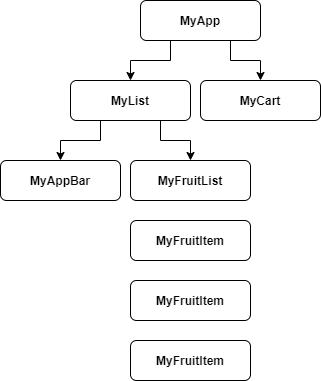
Above: assets/images/widget_tree.png in DevDaisy-lab/provider_fruits (draw.io), before the change. Source tidied: cells renumbered, new cells last; positions are measured from the earlier drawing's top-left corner, leaving out a move shared by most shapes. Its diagram source:
```xml
<mxGraphModel>
  <root>
    <mxCell id="0" />
    <mxCell id="1" parent="0" />
    <mxCell id="2" style="edgeStyle=orthogonalEdgeStyle;rounded=0;jettySize=auto;html=1;exitX=0.25;exitY=1;exitDx=0;exitDy=0;entryX=0.5;entryY=0;entryDx=0;entryDy=0;" parent="1" edge="1" source="4" target="7">
      <mxGeometry relative="1" as="geometry" />
    </mxCell>
    <mxCell id="3" style="edgeStyle=orthogonalEdgeStyle;rounded=0;jettySize=auto;html=1;exitX=0.75;exitY=1;exitDx=0;exitDy=0;entryX=0.5;entryY=0;entryDx=0;entryDy=0;" parent="1" edge="1" source="4" target="8">
      <mxGeometry relative="1" as="geometry" />
    </mxCell>
    <mxCell id="4" value="&lt;b&gt;MyApp&lt;/b&gt;" style="rounded=1;whiteSpace=wrap;html=1;" parent="1" vertex="1">
      <mxGeometry x="140" width="120" height="40" as="geometry" />
    </mxCell>
    <mxCell id="5" style="edgeStyle=orthogonalEdgeStyle;rounded=0;jettySize=auto;html=1;exitX=0.25;exitY=1;exitDx=0;exitDy=0;entryX=0.5;entryY=0;entryDx=0;entryDy=0;" parent="1" edge="1" source="7" target="9">
      <mxGeometry relative="1" as="geometry" />
    </mxCell>
    <mxCell id="6" style="edgeStyle=orthogonalEdgeStyle;rounded=0;jettySize=auto;html=1;exitX=0.75;exitY=1;exitDx=0;exitDy=0;entryX=0.5;entryY=0;entryDx=0;entryDy=0;" parent="1" edge="1" source="7" target="10">
      <mxGeometry relative="1" as="geometry" />
    </mxCell>
    <mxCell id="7" value="&lt;b&gt;MyList&lt;/b&gt;" style="rounded=1;whiteSpace=wrap;html=1;" parent="1" vertex="1">
      <mxGeometry x="70" y="80" width="120" height="40" as="geometry" />
    </mxCell>
    <mxCell id="8" value="&lt;b&gt;MyCart&lt;/b&gt;" style="rounded=1;whiteSpace=wrap;html=1;" parent="1" vertex="1">
      <mxGeometry x="200" y="80" width="120" height="40" as="geometry" />
    </mxCell>
    <mxCell id="9" value="&lt;b&gt;MyAppBar&lt;/b&gt;" style="rounded=1;whiteSpace=wrap;html=1;" parent="1" vertex="1">
      <mxGeometry y="160" width="120" height="40" as="geometry" />
    </mxCell>
    <mxCell id="10" value="&lt;b&gt;MyFruitList&lt;/b&gt;" style="rounded=1;whiteSpace=wrap;html=1;" parent="1" vertex="1">
      <mxGeometry x="130" y="160" width="120" height="40" as="geometry" />
    </mxCell>
    <mxCell id="11" value="&lt;b&gt;MyFruitItem&lt;/b&gt;" style="rounded=1;whiteSpace=wrap;html=1;" parent="1" vertex="1">
      <mxGeometry x="130" y="220" width="120" height="40" as="geometry" />
    </mxCell>
    <mxCell id="12" value="&lt;b&gt;MyFruitItem&lt;/b&gt;" style="rounded=1;whiteSpace=wrap;html=1;" parent="1" vertex="1">
      <mxGeometry x="130" y="280" width="120" height="40" as="geometry" />
    </mxCell>
    <mxCell id="13" value="&lt;b&gt;MyFruitItem&lt;/b&gt;" style="rounded=1;whiteSpace=wrap;html=1;" parent="1" vertex="1">
      <mxGeometry x="130" y="340" width="120" height="40" as="geometry" />
    </mxCell>
  </root>
</mxGraphModel>
```
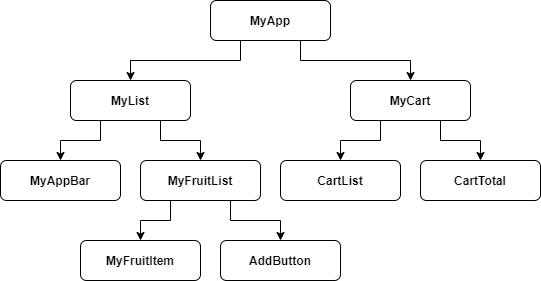
Above is the later version.

Commit message:
widget tree

Diff of the diagram source:
```diff
@@ -9,7 +9,7 @@
       <mxGeometry relative="1" as="geometry" />
     </mxCell>
     <mxCell id="4" value="&lt;b&gt;MyApp&lt;/b&gt;" style="rounded=1;whiteSpace=wrap;html=1;" parent="1" vertex="1">
-      <mxGeometry x="140" width="120" height="40" as="geometry" />
+      <mxGeometry x="140" y="-40" width="120" height="40" as="geometry" />
     </mxCell>
     <mxCell id="5" style="edgeStyle=orthogonalEdgeStyle;rounded=0;jettySize=auto;html=1;exitX=0.25;exitY=1;exitDx=0;exitDy=0;entryX=0.5;entryY=0;entryDx=0;entryDy=0;" parent="1" edge="1" source="7" target="9">
       <mxGeometry relative="1" as="geometry" />
@@ -18,25 +18,40 @@
       <mxGeometry relative="1" as="geometry" />
     </mxCell>
     <mxCell id="7" value="&lt;b&gt;MyList&lt;/b&gt;" style="rounded=1;whiteSpace=wrap;html=1;" parent="1" vertex="1">
-      <mxGeometry x="70" y="80" width="120" height="40" as="geometry" />
+      <mxGeometry y="40" width="120" height="40" as="geometry" />
     </mxCell>
+    <mxCell id="14" style="edgeStyle=orthogonalEdgeStyle;rounded=0;jettySize=auto;html=1;exitX=0.25;exitY=1;exitDx=0;exitDy=0;entryX=0.5;entryY=0;entryDx=0;entryDy=0;" parent="1" edge="1" source="8" target="18">
+      <mxGeometry relative="1" as="geometry" />
+    </mxCell>
+    <mxCell id="15" style="edgeStyle=orthogonalEdgeStyle;rounded=0;jettySize=auto;html=1;exitX=0.75;exitY=1;exitDx=0;exitDy=0;entryX=0.5;entryY=0;entryDx=0;entryDy=0;" parent="1" edge="1" source="8" target="19">
+      <mxGeometry relative="1" as="geometry" />
+    </mxCell>
     <mxCell id="8" value="&lt;b&gt;MyCart&lt;/b&gt;" style="rounded=1;whiteSpace=wrap;html=1;" parent="1" vertex="1">
-      <mxGeometry x="200" y="80" width="120" height="40" as="geometry" />
+      <mxGeometry x="280" y="40" width="120" height="40" as="geometry" />
     </mxCell>
     <mxCell id="9" value="&lt;b&gt;MyAppBar&lt;/b&gt;" style="rounded=1;whiteSpace=wrap;html=1;" parent="1" vertex="1">
-      <mxGeometry y="160" width="120" height="40" as="geometry" />
+      <mxGeometry x="-70" y="120" width="120" height="40" as="geometry" />
     </mxCell>
+    <mxCell id="16" style="edgeStyle=orthogonalEdgeStyle;rounded=0;jettySize=auto;html=1;exitX=0.75;exitY=1;exitDx=0;exitDy=0;entryX=0.5;entryY=0;entryDx=0;entryDy=0;" parent="1" edge="1" source="10" target="12">
+      <mxGeometry relative="1" as="geometry" />
+    </mxCell>
+    <mxCell id="17" style="edgeStyle=orthogonalEdgeStyle;rounded=0;jettySize=auto;html=1;exitX=0.25;exitY=1;exitDx=0;exitDy=0;entryX=0.5;entryY=0;entryDx=0;entryDy=0;" parent="1" edge="1" source="10" target="11">
+      <mxGeometry relative="1" as="geometry" />
+    </mxCell>
     <mxCell id="10" value="&lt;b&gt;MyFruitList&lt;/b&gt;" style="rounded=1;whiteSpace=wrap;html=1;" parent="1" vertex="1">
-      <mxGeometry x="130" y="160" width="120" height="40" as="geometry" />
+      <mxGeometry x="70" y="120" width="120" height="40" as="geometry" />
     </mxCell>
     <mxCell id="11" value="&lt;b&gt;MyFruitItem&lt;/b&gt;" style="rounded=1;whiteSpace=wrap;html=1;" parent="1" vertex="1">
-      <mxGeometry x="130" y="220" width="120" height="40" as="geometry" />
+      <mxGeometry x="10" y="200" width="120" height="40" as="geometry" />
     </mxCell>
-    <mxCell id="12" value="&lt;b&gt;MyFruitItem&lt;/b&gt;" style="rounded=1;whiteSpace=wrap;html=1;" parent="1" vertex="1">
-      <mxGeometry x="130" y="280" width="120" height="40" as="geometry" />
+    <mxCell id="12" value="&lt;b&gt;AddButton&lt;/b&gt;" style="rounded=1;whiteSpace=wrap;html=1;" parent="1" vertex="1">
+      <mxGeometry x="150" y="200" width="120" height="40" as="geometry" />
     </mxCell>
-    <mxCell id="13" value="&lt;b&gt;MyFruitItem&lt;/b&gt;" style="rounded=1;whiteSpace=wrap;html=1;" parent="1" vertex="1">
-      <mxGeometry x="130" y="340" width="120" height="40" as="geometry" />
-    </mxCell>
+    <mxCell id="18" value="&lt;b&gt;CartList&lt;/b&gt;" style="rounded=1;whiteSpace=wrap;html=1;" parent="1" vertex="1">
+      <mxGeometry x="210" y="120" width="120" height="40" as="geometry" />
+    </mxCell>
+    <mxCell id="19" value="&lt;b&gt;CartTotal&lt;/b&gt;" style="rounded=1;whiteSpace=wrap;html=1;" parent="1" vertex="1">
+      <mxGeometry x="350" y="120" width="120" height="40" as="geometry" />
+    </mxCell>
   </root>
 </mxGraphModel>
```
